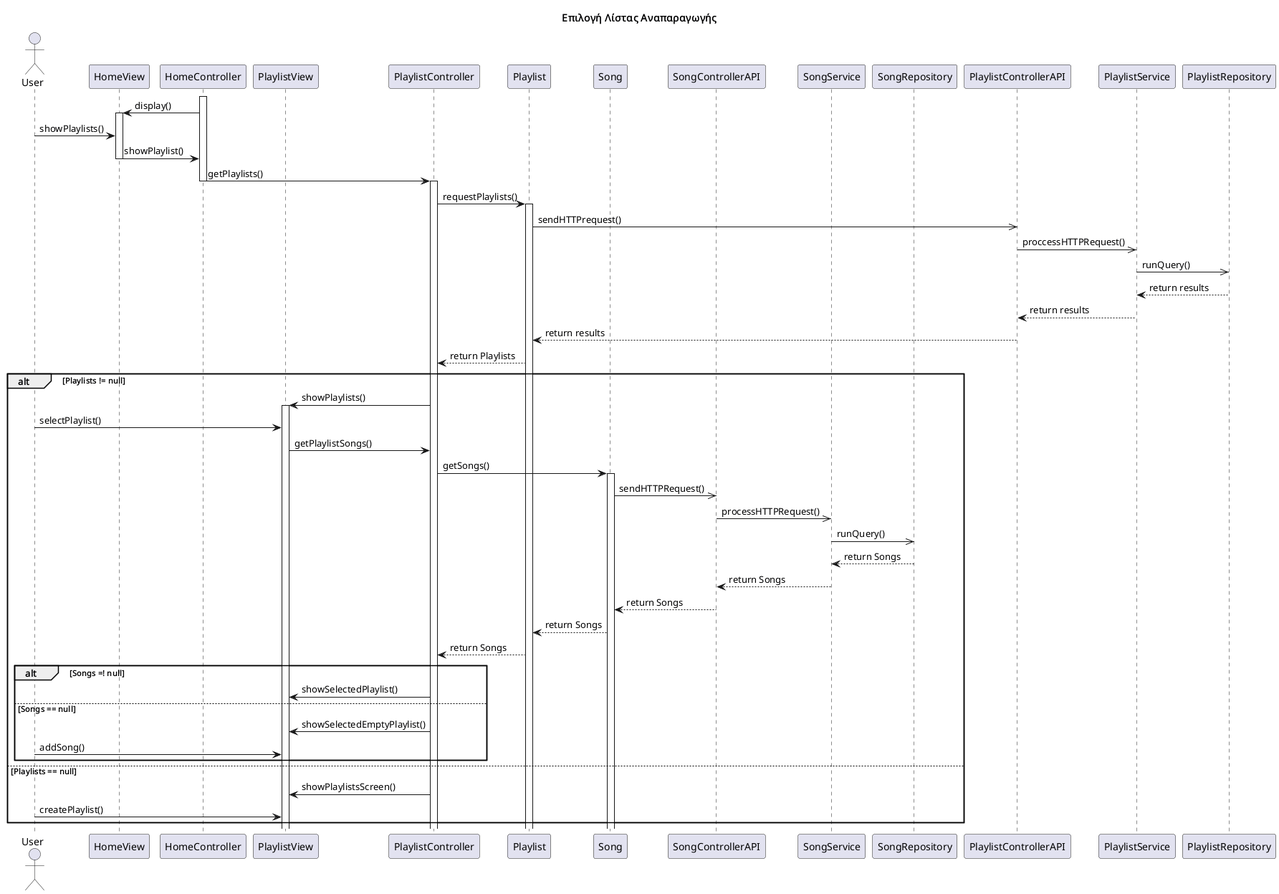
Above: Paradoteo_2/SequenceDiagram1.png in RubenKingCP/Tunix (PlantUML), before the change. Source of this version:
```plantuml
@startuml name

title  Επιλογή Λίστας Αναπαραγωγής

actor User
participant HomeView
participant HomeController
participant PlaylistView
participant PlaylistController
participant Playlist
participant Song
participant SongControllerAPI
participant SongService
participant SongRepository
participant PlaylistControllerAPI
participant PlaylistService
participant PlaylistRepository
activate HomeController
HomeController -> HomeView : display()
activate HomeView
User -> HomeView : showPlaylists()
HomeView -> HomeController : showPlaylist()
deactivate HomeView
HomeController -> PlaylistController : getPlaylists()
deactivate HomeController
activate PlaylistController

PlaylistController -> Playlist : requestPlaylists()
activate Playlist
Playlist ->> PlaylistControllerAPI : sendHTTPrequest()
PlaylistControllerAPI ->> PlaylistService : proccessHTTPRequest()
PlaylistService ->> PlaylistRepository : runQuery()
PlaylistRepository --> PlaylistService : return results
PlaylistService --> PlaylistControllerAPI : return results
PlaylistControllerAPI --> Playlist : return results
Playlist --> PlaylistController : return Playlists
alt Playlists != null
    PlaylistController -> PlaylistView : showPlaylists()
    activate PlaylistView
    User -> PlaylistView : selectPlaylist()
    PlaylistView -> PlaylistController : getPlaylistSongs()
    PlaylistController -> Song : getSongs()
    activate Song
    Song ->> SongControllerAPI : sendHTTPRequest()
    SongControllerAPI ->> SongService : processHTTPRequest()
    SongService ->> SongRepository : runQuery()
    SongRepository --> SongService : return Songs
    SongService --> SongControllerAPI : return Songs
    SongControllerAPI --> Song : return Songs
    Song --> Playlist : return Songs
    Playlist --> PlaylistController : return Songs
    alt Songs =! null
        PlaylistController -> PlaylistView : showSelectedPlaylist()
    else Songs == null
        PlaylistController -> PlaylistView : showSelectedEmptyPlaylist()
        User -> PlaylistView : addSong()
    end
else Playlists == null
    PlaylistController -> PlaylistView : showPlaylistsScreen()
    User -> PlaylistView : createPlaylist()
end
@enduml
```
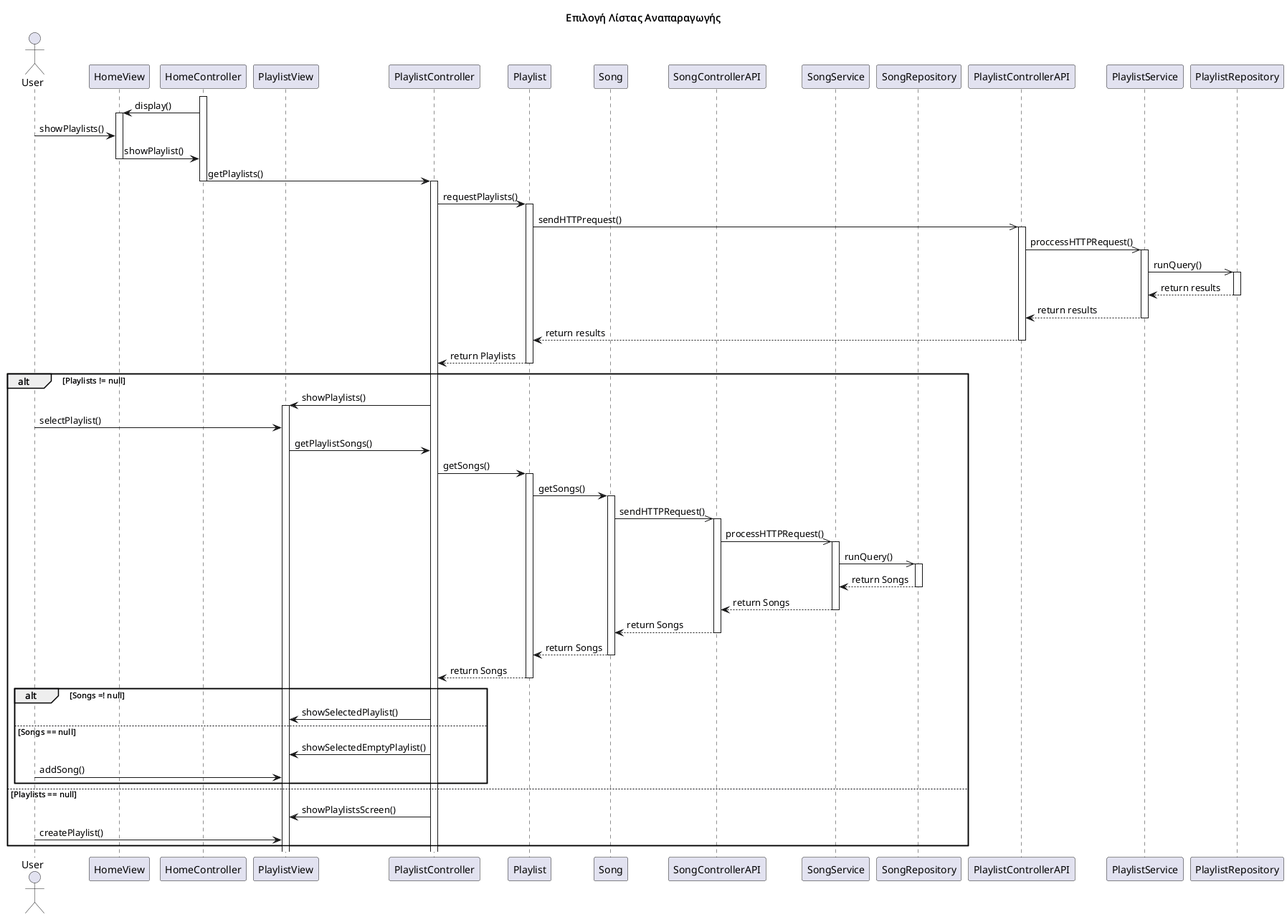
The same diagram one commit later.

Commit message:
Updated the image for the sequence diagram

Diff of the diagram source:
```diff
@@ -27,28 +27,46 @@
 
 PlaylistController -> Playlist : requestPlaylists()
 activate Playlist
+
 Playlist ->> PlaylistControllerAPI : sendHTTPrequest()
+activate PlaylistControllerAPI
 PlaylistControllerAPI ->> PlaylistService : proccessHTTPRequest()
+activate PlaylistService
 PlaylistService ->> PlaylistRepository : runQuery()
+activate PlaylistRepository
 PlaylistRepository --> PlaylistService : return results
+deactivate PlaylistRepository
 PlaylistService --> PlaylistControllerAPI : return results
+deactivate PlaylistService
 PlaylistControllerAPI --> Playlist : return results
+deactivate PlaylistControllerAPI
 Playlist --> PlaylistController : return Playlists
+deactivate Playlist
 alt Playlists != null
     PlaylistController -> PlaylistView : showPlaylists()
     activate PlaylistView
     User -> PlaylistView : selectPlaylist()
     PlaylistView -> PlaylistController : getPlaylistSongs()
-    PlaylistController -> Song : getSongs()
+    PlaylistController -> Playlist : getSongs()
+    activate Playlist
+    Playlist -> Song : getSongs()
     activate Song
     Song ->> SongControllerAPI : sendHTTPRequest()
+    activate SongControllerAPI
     SongControllerAPI ->> SongService : processHTTPRequest()
+    activate SongService
     SongService ->> SongRepository : runQuery()
+    activate SongRepository
     SongRepository --> SongService : return Songs
+    deactivate SongRepository
     SongService --> SongControllerAPI : return Songs
+    deactivate SongService
     SongControllerAPI --> Song : return Songs
+    deactivate SongControllerAPI
     Song --> Playlist : return Songs
+    deactivate Song
     Playlist --> PlaylistController : return Songs
+    deactivate Playlist
     alt Songs =! null
         PlaylistController -> PlaylistView : showSelectedPlaylist()
     else Songs == null
```
